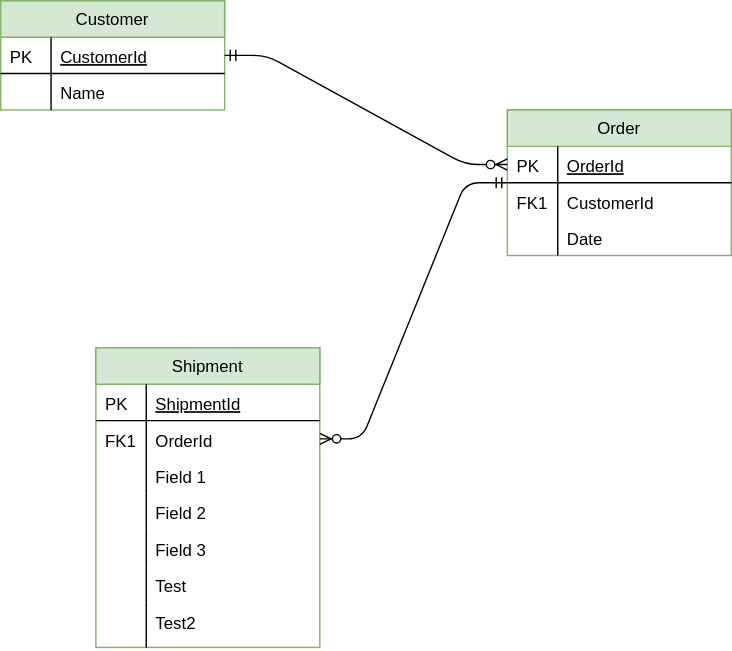
The draw.io diagram images/schema.svg in alderg/sandbox, before a commit. Source tidied: cells renumbered, new cells last; positions are measured from the earlier drawing's top-left corner, leaving out a move shared by most shapes.
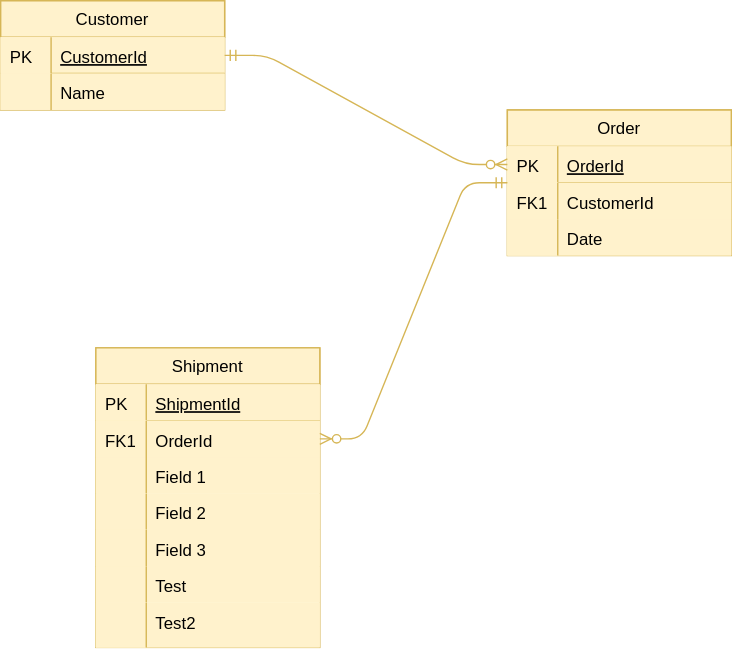
After the change.

Diff of the diagram source:
```diff
@@ -2,91 +2,91 @@
   <root>
     <mxCell id="0" />
     <mxCell id="1" parent="0" />
-    <mxCell id="2" value="Customer" style="swimlane;fontStyle=0;horizontal=1;startSize=26;fillColor=#d5e8d4;swimlaneFillColor=#ffffff;rounded=0;shadow=0;strokeWidth=1;strokeColor=#82b366;" parent="1" vertex="1">
+    <mxCell id="2" value="Customer" style="swimlane;fontStyle=0;horizontal=1;startSize=26;fillColor=#fff2cc;swimlaneFillColor=#ffffff;rounded=0;shadow=0;strokeWidth=1;strokeColor=#d6b656;" parent="1" vertex="1">
       <mxGeometry width="160" height="78" as="geometry" />
     </mxCell>
-    <mxCell id="3" value="CustomerId" style="shape=partialRectangle;top=0;left=0;right=0;bottom=1;align=left;verticalAlign=top;fillColor=none;spacingLeft=40;spacingRight=4;overflow=hidden;points=[[0,0.5],[1,0.5]];portConstraint=eastwest;rounded=0;shadow=0;strokeWidth=1;fontStyle=4;" parent="2" vertex="1">
+    <mxCell id="3" value="CustomerId" style="shape=partialRectangle;top=0;left=0;right=0;bottom=1;align=left;verticalAlign=top;fillColor=#fff2cc;spacingLeft=40;spacingRight=4;overflow=hidden;points=[[0,0.5],[1,0.5]];portConstraint=eastwest;rounded=0;shadow=0;strokeWidth=1;fontStyle=4;strokeColor=#d6b656;" parent="2" vertex="1">
       <mxGeometry y="26" width="160" height="26" as="geometry" />
     </mxCell>
-    <mxCell id="4" value="PK" style="shape=partialRectangle;top=0;left=0;bottom=0;fillColor=none;align=left;verticalAlign=top;spacingLeft=4;spacingRight=4;overflow=hidden;" parent="3" vertex="1">
+    <mxCell id="4" value="PK" style="shape=partialRectangle;top=0;left=0;bottom=0;fillColor=#fff2cc;align=left;verticalAlign=top;spacingLeft=4;spacingRight=4;overflow=hidden;strokeColor=#d6b656;" parent="3" vertex="1">
       <mxGeometry width="36" height="26" as="geometry" />
     </mxCell>
-    <mxCell id="5" value="Name" style="shape=partialRectangle;top=0;left=0;right=0;bottom=0;align=left;verticalAlign=top;fillColor=none;spacingLeft=40;spacingRight=4;overflow=hidden;rounded=0;shadow=0;strokeWidth=1;" parent="2" vertex="1">
+    <mxCell id="5" value="Name" style="shape=partialRectangle;top=0;left=0;right=0;bottom=0;align=left;verticalAlign=top;fillColor=#fff2cc;spacingLeft=40;spacingRight=4;overflow=hidden;rounded=0;shadow=0;strokeWidth=1;strokeColor=#d6b656;" parent="2" vertex="1">
       <mxGeometry y="52" width="160" height="26" as="geometry" />
     </mxCell>
-    <mxCell id="6" style="shape=partialRectangle;top=0;left=0;bottom=0;fillColor=none;align=left;verticalAlign=top;spacingLeft=4;spacingRight=4;overflow=hidden;" parent="5" vertex="1">
+    <mxCell id="6" style="shape=partialRectangle;top=0;left=0;bottom=0;fillColor=#fff2cc;align=left;verticalAlign=top;spacingLeft=4;spacingRight=4;overflow=hidden;strokeColor=#d6b656;" parent="5" vertex="1">
       <mxGeometry width="36" height="26" as="geometry" />
     </mxCell>
-    <mxCell id="7" value="Order" style="swimlane;fontStyle=0;horizontal=1;startSize=26;fillColor=#d5e8d4;swimlaneFillColor=#ffffff;rounded=0;shadow=0;strokeWidth=1;strokeColor=#82b366;" parent="1" vertex="1">
+    <mxCell id="7" value="Order" style="swimlane;fontStyle=0;horizontal=1;startSize=26;fillColor=#fff2cc;swimlaneFillColor=#ffffff;rounded=0;shadow=0;strokeWidth=1;strokeColor=#d6b656;" parent="1" vertex="1">
       <mxGeometry x="362" y="78" width="160" height="104" as="geometry" />
     </mxCell>
-    <mxCell id="8" value="OrderId" style="shape=partialRectangle;top=0;left=0;right=0;bottom=1;align=left;verticalAlign=top;fillColor=none;spacingLeft=40;spacingRight=4;overflow=hidden;points=[[0,0.5],[1,0.5]];portConstraint=eastwest;rounded=0;shadow=0;strokeWidth=1;fontStyle=4;" parent="7" vertex="1">
+    <mxCell id="8" value="OrderId" style="shape=partialRectangle;top=0;left=0;right=0;bottom=1;align=left;verticalAlign=top;fillColor=#fff2cc;spacingLeft=40;spacingRight=4;overflow=hidden;points=[[0,0.5],[1,0.5]];portConstraint=eastwest;rounded=0;shadow=0;strokeWidth=1;fontStyle=4;strokeColor=#d6b656;" parent="7" vertex="1">
       <mxGeometry y="26" width="160" height="26" as="geometry" />
     </mxCell>
-    <mxCell id="9" value="PK" style="shape=partialRectangle;top=0;left=0;bottom=0;fillColor=none;align=left;verticalAlign=top;spacingLeft=4;spacingRight=4;overflow=hidden;" parent="8" vertex="1">
+    <mxCell id="9" value="PK" style="shape=partialRectangle;top=0;left=0;bottom=0;fillColor=#fff2cc;align=left;verticalAlign=top;spacingLeft=4;spacingRight=4;overflow=hidden;strokeColor=#d6b656;" parent="8" vertex="1">
       <mxGeometry width="36" height="26" as="geometry" />
     </mxCell>
-    <mxCell id="10" value="CustomerId" style="shape=partialRectangle;top=0;left=0;right=0;bottom=0;align=left;verticalAlign=top;fillColor=none;spacingLeft=40;spacingRight=4;overflow=hidden;rounded=0;shadow=0;strokeWidth=1;" parent="7" vertex="1">
+    <mxCell id="10" value="CustomerId" style="shape=partialRectangle;top=0;left=0;right=0;bottom=0;align=left;verticalAlign=top;fillColor=#fff2cc;spacingLeft=40;spacingRight=4;overflow=hidden;rounded=0;shadow=0;strokeWidth=1;strokeColor=#d6b656;" parent="7" vertex="1">
       <mxGeometry y="52" width="160" height="26" as="geometry" />
     </mxCell>
-    <mxCell id="11" value="FK1" style="shape=partialRectangle;top=0;left=0;bottom=0;fillColor=none;align=left;verticalAlign=top;spacingLeft=4;spacingRight=4;overflow=hidden;" parent="10" vertex="1">
+    <mxCell id="11" value="FK1" style="shape=partialRectangle;top=0;left=0;bottom=0;fillColor=#fff2cc;align=left;verticalAlign=top;spacingLeft=4;spacingRight=4;overflow=hidden;strokeColor=#d6b656;" parent="10" vertex="1">
       <mxGeometry width="36" height="26" as="geometry" />
     </mxCell>
-    <mxCell id="12" value="Date" style="shape=partialRectangle;top=0;left=0;right=0;bottom=0;align=left;verticalAlign=top;fillColor=none;spacingLeft=40;spacingRight=4;overflow=hidden;rounded=0;shadow=0;strokeWidth=1;" parent="7" vertex="1">
+    <mxCell id="12" value="Date" style="shape=partialRectangle;top=0;left=0;right=0;bottom=0;align=left;verticalAlign=top;fillColor=#fff2cc;spacingLeft=40;spacingRight=4;overflow=hidden;rounded=0;shadow=0;strokeWidth=1;strokeColor=#d6b656;" parent="7" vertex="1">
       <mxGeometry y="78" width="160" height="26" as="geometry" />
     </mxCell>
-    <mxCell id="13" style="shape=partialRectangle;top=0;left=0;bottom=0;fillColor=none;align=left;verticalAlign=top;spacingLeft=4;spacingRight=4;overflow=hidden;" parent="12" vertex="1">
+    <mxCell id="13" style="shape=partialRectangle;top=0;left=0;bottom=0;fillColor=#fff2cc;align=left;verticalAlign=top;spacingLeft=4;spacingRight=4;overflow=hidden;strokeColor=#d6b656;" parent="12" vertex="1">
       <mxGeometry width="36" height="26" as="geometry" />
     </mxCell>
-    <mxCell id="14" style="edgeStyle=entityRelationEdgeStyle;endArrow=ERzeroToMany;startArrow=ERmandOne;shadow=0;strokeWidth=1;" parent="1" edge="1" source="3" target="8">
+    <mxCell id="14" style="edgeStyle=entityRelationEdgeStyle;endArrow=ERzeroToMany;startArrow=ERmandOne;shadow=0;strokeWidth=1;fillColor=#fff2cc;strokeColor=#d6b656;" parent="1" edge="1" source="3" target="8">
       <mxGeometry relative="1" as="geometry" />
     </mxCell>
-    <mxCell id="15" value="Shipment" style="swimlane;fontStyle=0;horizontal=1;startSize=26;fillColor=#d5e8d4;swimlaneFillColor=#ffffff;rounded=0;shadow=0;strokeWidth=1;strokeColor=#82b366;" parent="1" vertex="1">
+    <mxCell id="15" value="Shipment" style="swimlane;fontStyle=0;horizontal=1;startSize=26;fillColor=#fff2cc;swimlaneFillColor=#ffffff;rounded=0;shadow=0;strokeWidth=1;strokeColor=#d6b656;" parent="1" vertex="1">
       <mxGeometry x="68" y="248" width="160" height="214" as="geometry" />
     </mxCell>
-    <mxCell id="16" value="ShipmentId" style="shape=partialRectangle;top=0;left=0;right=0;bottom=1;align=left;verticalAlign=top;fillColor=none;spacingLeft=40;spacingRight=4;overflow=hidden;rounded=0;shadow=0;strokeWidth=1;fontStyle=4;" parent="15" vertex="1">
+    <mxCell id="16" value="ShipmentId" style="shape=partialRectangle;top=0;left=0;right=0;bottom=1;align=left;verticalAlign=top;fillColor=#fff2cc;spacingLeft=40;spacingRight=4;overflow=hidden;rounded=0;shadow=0;strokeWidth=1;fontStyle=4;strokeColor=#d6b656;" parent="15" vertex="1">
       <mxGeometry y="26" width="160" height="26" as="geometry" />
     </mxCell>
-    <mxCell id="17" value="PK" style="shape=partialRectangle;top=0;left=0;bottom=0;fillColor=none;align=left;verticalAlign=top;spacingLeft=4;spacingRight=4;overflow=hidden;" parent="16" vertex="1">
+    <mxCell id="17" value="PK" style="shape=partialRectangle;top=0;left=0;bottom=0;fillColor=#fff2cc;align=left;verticalAlign=top;spacingLeft=4;spacingRight=4;overflow=hidden;strokeColor=#d6b656;" parent="16" vertex="1">
       <mxGeometry width="36" height="26" as="geometry" />
     </mxCell>
-    <mxCell id="18" value="OrderId" style="shape=partialRectangle;top=0;left=0;right=0;bottom=0;align=left;verticalAlign=top;fillColor=none;spacingLeft=40;spacingRight=4;overflow=hidden;points=[[0,0.5],[1,0.5]];portConstraint=eastwest;rounded=0;shadow=0;strokeWidth=1;" parent="15" vertex="1">
+    <mxCell id="18" value="OrderId" style="shape=partialRectangle;top=0;left=0;right=0;bottom=0;align=left;verticalAlign=top;fillColor=#fff2cc;spacingLeft=40;spacingRight=4;overflow=hidden;points=[[0,0.5],[1,0.5]];portConstraint=eastwest;rounded=0;shadow=0;strokeWidth=1;strokeColor=#d6b656;" parent="15" vertex="1">
       <mxGeometry y="52" width="160" height="26" as="geometry" />
     </mxCell>
-    <mxCell id="19" value="FK1" style="shape=partialRectangle;top=0;left=0;bottom=0;fillColor=none;align=left;verticalAlign=top;spacingLeft=4;spacingRight=4;overflow=hidden;" parent="18" vertex="1">
+    <mxCell id="19" value="FK1" style="shape=partialRectangle;top=0;left=0;bottom=0;fillColor=#fff2cc;align=left;verticalAlign=top;spacingLeft=4;spacingRight=4;overflow=hidden;strokeColor=#d6b656;" parent="18" vertex="1">
       <mxGeometry width="36" height="26" as="geometry" />
     </mxCell>
-    <mxCell id="20" value="Field 1" style="shape=partialRectangle;top=0;left=0;right=0;bottom=0;align=left;verticalAlign=top;fillColor=none;spacingLeft=40;spacingRight=4;overflow=hidden;rounded=0;shadow=0;strokeWidth=1;" parent="15" vertex="1">
+    <mxCell id="20" value="Field 1" style="shape=partialRectangle;top=0;left=0;right=0;bottom=0;align=left;verticalAlign=top;fillColor=#fff2cc;spacingLeft=40;spacingRight=4;overflow=hidden;rounded=0;shadow=0;strokeWidth=1;strokeColor=#d6b656;" parent="15" vertex="1">
       <mxGeometry y="78" width="160" height="26" as="geometry" />
     </mxCell>
-    <mxCell id="21" style="shape=partialRectangle;top=0;left=0;bottom=0;fillColor=none;align=left;verticalAlign=top;spacingLeft=4;spacingRight=4;overflow=hidden;" parent="20" vertex="1">
+    <mxCell id="21" style="shape=partialRectangle;top=0;left=0;bottom=0;fillColor=#fff2cc;align=left;verticalAlign=top;spacingLeft=4;spacingRight=4;overflow=hidden;strokeColor=#d6b656;" parent="20" vertex="1">
       <mxGeometry width="36" height="26" as="geometry" />
     </mxCell>
-    <mxCell id="22" value="Field 2" style="shape=partialRectangle;top=0;left=0;right=0;bottom=0;align=left;verticalAlign=top;fillColor=none;spacingLeft=40;spacingRight=4;overflow=hidden;rounded=0;shadow=0;strokeWidth=1;" parent="15" vertex="1">
+    <mxCell id="22" value="Field 2" style="shape=partialRectangle;top=0;left=0;right=0;bottom=0;align=left;verticalAlign=top;fillColor=#fff2cc;spacingLeft=40;spacingRight=4;overflow=hidden;rounded=0;shadow=0;strokeWidth=1;strokeColor=#d6b656;" parent="15" vertex="1">
       <mxGeometry y="104" width="160" height="26" as="geometry" />
     </mxCell>
-    <mxCell id="23" style="shape=partialRectangle;top=0;left=0;bottom=0;fillColor=none;align=left;verticalAlign=top;spacingLeft=4;spacingRight=4;overflow=hidden;" parent="22" vertex="1">
+    <mxCell id="23" style="shape=partialRectangle;top=0;left=0;bottom=0;fillColor=#fff2cc;align=left;verticalAlign=top;spacingLeft=4;spacingRight=4;overflow=hidden;strokeColor=#d6b656;" parent="22" vertex="1">
       <mxGeometry width="36" height="26" as="geometry" />
     </mxCell>
-    <mxCell id="24" value="Field 3" style="shape=partialRectangle;top=0;left=0;right=0;bottom=0;align=left;verticalAlign=top;fillColor=none;spacingLeft=40;spacingRight=4;overflow=hidden;rounded=0;shadow=0;strokeWidth=1;" parent="15" vertex="1">
+    <mxCell id="24" value="Field 3" style="shape=partialRectangle;top=0;left=0;right=0;bottom=0;align=left;verticalAlign=top;fillColor=#fff2cc;spacingLeft=40;spacingRight=4;overflow=hidden;rounded=0;shadow=0;strokeWidth=1;strokeColor=#d6b656;" parent="15" vertex="1">
       <mxGeometry y="130" width="160" height="26" as="geometry" />
     </mxCell>
-    <mxCell id="25" style="shape=partialRectangle;top=0;left=0;bottom=0;fillColor=none;align=left;verticalAlign=top;spacingLeft=4;spacingRight=4;overflow=hidden;" parent="24" vertex="1">
+    <mxCell id="25" style="shape=partialRectangle;top=0;left=0;bottom=0;fillColor=#fff2cc;align=left;verticalAlign=top;spacingLeft=4;spacingRight=4;overflow=hidden;strokeColor=#d6b656;" parent="24" vertex="1">
       <mxGeometry width="36" height="26" as="geometry" />
     </mxCell>
-    <mxCell id="26" value="Test" style="shape=partialRectangle;top=0;left=0;right=0;bottom=0;align=left;verticalAlign=top;fillColor=none;spacingLeft=40;spacingRight=4;overflow=hidden;rounded=0;shadow=0;strokeWidth=1;" parent="15" vertex="1">
+    <mxCell id="26" value="Test" style="shape=partialRectangle;top=0;left=0;right=0;bottom=0;align=left;verticalAlign=top;fillColor=#fff2cc;spacingLeft=40;spacingRight=4;overflow=hidden;rounded=0;shadow=0;strokeWidth=1;strokeColor=#d6b656;" parent="15" vertex="1">
       <mxGeometry y="156" width="160" height="26" as="geometry" />
     </mxCell>
-    <mxCell id="27" style="shape=partialRectangle;top=0;left=0;bottom=0;fillColor=none;align=left;verticalAlign=top;spacingLeft=4;spacingRight=4;overflow=hidden;" parent="26" vertex="1">
+    <mxCell id="27" style="shape=partialRectangle;top=0;left=0;bottom=0;fillColor=#fff2cc;align=left;verticalAlign=top;spacingLeft=4;spacingRight=4;overflow=hidden;strokeColor=#d6b656;" parent="26" vertex="1">
       <mxGeometry width="36" height="26" as="geometry" />
     </mxCell>
-    <mxCell id="28" value="Test2" style="shape=partialRectangle;top=0;left=0;right=0;bottom=0;align=left;verticalAlign=top;fillColor=none;spacingLeft=40;spacingRight=4;overflow=hidden;rounded=0;shadow=0;strokeWidth=1;" parent="15" vertex="1">
+    <mxCell id="28" value="Test2" style="shape=partialRectangle;top=0;left=0;right=0;bottom=0;align=left;verticalAlign=top;fillColor=#fff2cc;spacingLeft=40;spacingRight=4;overflow=hidden;rounded=0;shadow=0;strokeWidth=1;strokeColor=#d6b656;" parent="15" vertex="1">
       <mxGeometry y="182" width="160" height="32" as="geometry" />
     </mxCell>
-    <mxCell id="29" style="shape=partialRectangle;top=0;left=0;bottom=0;fillColor=none;align=left;verticalAlign=top;spacingLeft=4;spacingRight=4;overflow=hidden;" parent="28" vertex="1">
+    <mxCell id="29" style="shape=partialRectangle;top=0;left=0;bottom=0;fillColor=#fff2cc;align=left;verticalAlign=top;spacingLeft=4;spacingRight=4;overflow=hidden;strokeColor=#d6b656;" parent="28" vertex="1">
       <mxGeometry width="36" height="32" as="geometry" />
     </mxCell>
-    <mxCell id="30" style="edgeStyle=entityRelationEdgeStyle;endArrow=ERzeroToMany;startArrow=ERmandOne;shadow=0;strokeWidth=1;" parent="1" edge="1" source="7" target="18">
+    <mxCell id="30" style="edgeStyle=entityRelationEdgeStyle;endArrow=ERzeroToMany;startArrow=ERmandOne;shadow=0;strokeWidth=1;fillColor=#fff2cc;strokeColor=#d6b656;" parent="1" edge="1" source="7" target="18">
       <mxGeometry relative="1" as="geometry" />
     </mxCell>
   </root>
```
